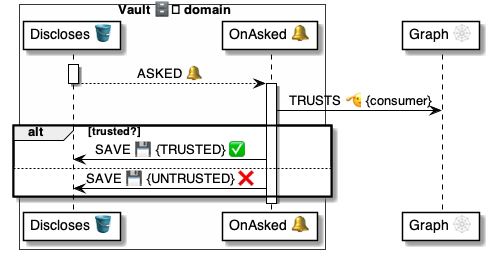
The PlantUML diagram 4 ⚙️ Solution/41 🎭 Domain Roles/Vaults 🗄️/🗄️🪣 Vault tables/Discloses 💼 table/🪣🔔 1 Asked/🗄️ OnAsked ⚙️ uml.png in pollyweb-org/pollyweb-docs, before a commit. Its source is kept beside it as 4 ⚙️ Solution/41 🎭 Domain Roles/Vaults 🗄️/🗄️🪣 Vault tables/Discloses 💼 table/🪣🔔 1 Asked/🗄️ OnAsked ⚙️ uml.puml. Its diagram source:
```plantuml
@startuml OnDiscloseAsked

box Vault 🗄️ domain #FFFFFA
    participant "Discloses 🪣" as table
    participant "OnAsked 🔔" as handler
end box
participant "Graph 🕸" as graph


activate table
    table --> handler: ASKED 🔔
deactivate table

activate handler
    handler -> graph: TRUSTS 🫡 {consumer}

    alt trusted?
        handler -> table: SAVE 💾 {TRUSTED} ✅
    else
        handler -> table: SAVE 💾 {UNTRUSTED} ❌
    end alt
deactivate handler

@enduml
```
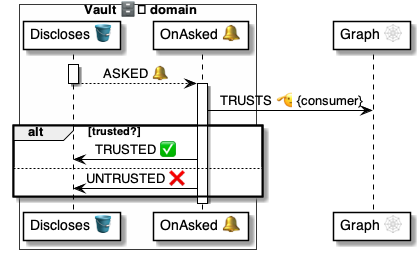
After the commit.

Diff of the diagram source:
```diff
@@ -15,9 +15,9 @@
     handler -> graph: TRUSTS 🫡 {consumer}
 
     alt trusted?
-        handler -> table: SAVE 💾 {TRUSTED} ✅
+        handler -> table: TRUSTED ✅
     else
-        handler -> table: SAVE 💾 {UNTRUSTED} ❌
+        handler -> table: UNTRUSTED ❌
     end alt
 deactivate handler
 
```
